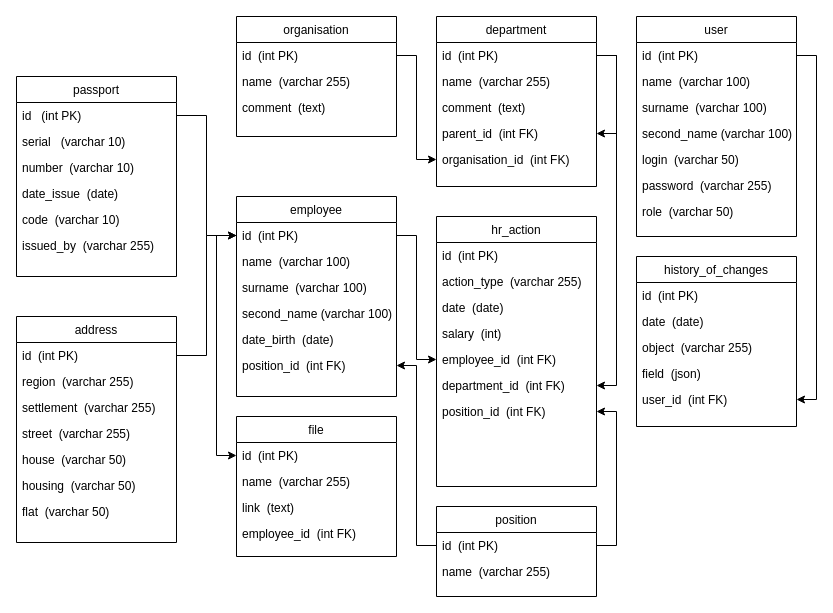
XenoPOMP/areal-hr-test-2024 keeps this draw.io diagram as docs/DB_diagram.drawio. Above is the earlier version. Source tidied: cells renumbered, new cells numbered last; positions are measured from the earlier drawing's top-left corner, leaving out a move shared by most shapes. Both pictures are drawn from the tidied source at 100%, with x=0, y=0 at pixel (16, 16).
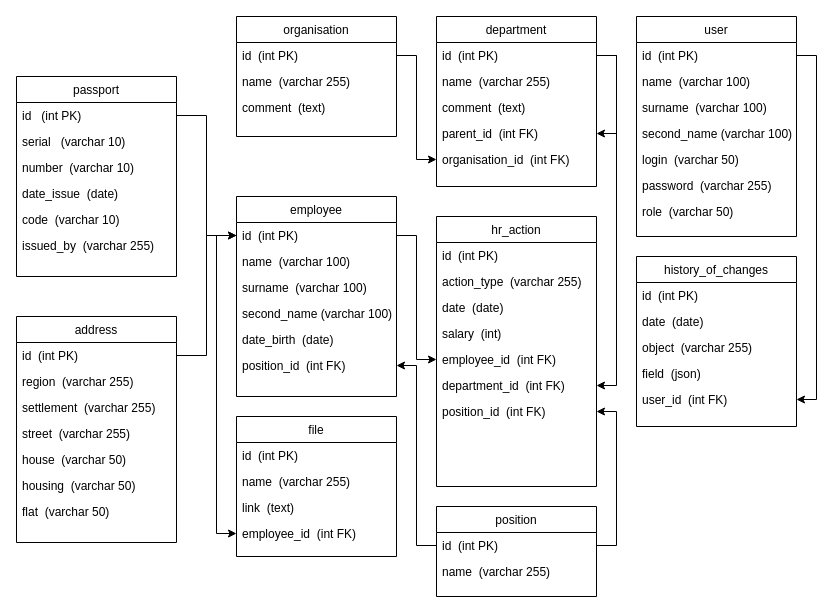
The same page after the edit.

Unchanged cells that the change refers to:
```xml
<mxCell id="17" value="id  (int PK)" style="text;align=left;verticalAlign=top;spacingLeft=4;spacingRight=4;overflow=hidden;points=[[0,0.5],[1,0.5]];portConstraint=eastwest;" parent="16" vertex="1">
  <mxGeometry y="26" width="160" height="26" as="geometry" />
</mxCell>
<mxCell id="24" value="id  (int PK)" style="text;align=left;verticalAlign=top;spacingLeft=4;spacingRight=4;overflow=hidden;points=[[0,0.5],[1,0.5]];portConstraint=eastwest;" parent="23" vertex="1">
  <mxGeometry y="26" width="160" height="26" as="geometry" />
</mxCell>
<mxCell id="27" value="employee_id  (int FK)" style="text;align=left;verticalAlign=top;spacingLeft=4;spacingRight=4;overflow=hidden;points=[[0,0.5],[1,0.5]];portConstraint=eastwest;rounded=0;shadow=0;html=0;" parent="23" vertex="1">
  <mxGeometry y="104" width="160" height="26" as="geometry" />
</mxCell>
```

What changed in the source:
```diff
@@
-    <mxCell id="73" style="edgeStyle=orthogonalEdgeStyle;rounded=0;jettySize=auto;html=1;exitX=0;exitY=0.5;exitDx=0;exitDy=0;entryX=0;entryY=0.5;entryDx=0;entryDy=0;" parent="1" edge="1" source="17" target="24">
-      <mxGeometry relative="1" as="geometry">
-        <Array as="points">
-          <mxPoint x="200" y="219" />
-          <mxPoint x="200" y="439" />
-        </Array>
-      </mxGeometry>
-    </mxCell>
+    <mxCell id="74" style="edgeStyle=orthogonalEdgeStyle;rounded=0;jettySize=auto;html=1;exitX=0;exitY=0.5;exitDx=0;exitDy=0;entryX=0;entryY=0.5;entryDx=0;entryDy=0;" parent="1" edge="1" source="17" target="27">
+      <mxGeometry relative="1" as="geometry" />
+    </mxCell>
```
